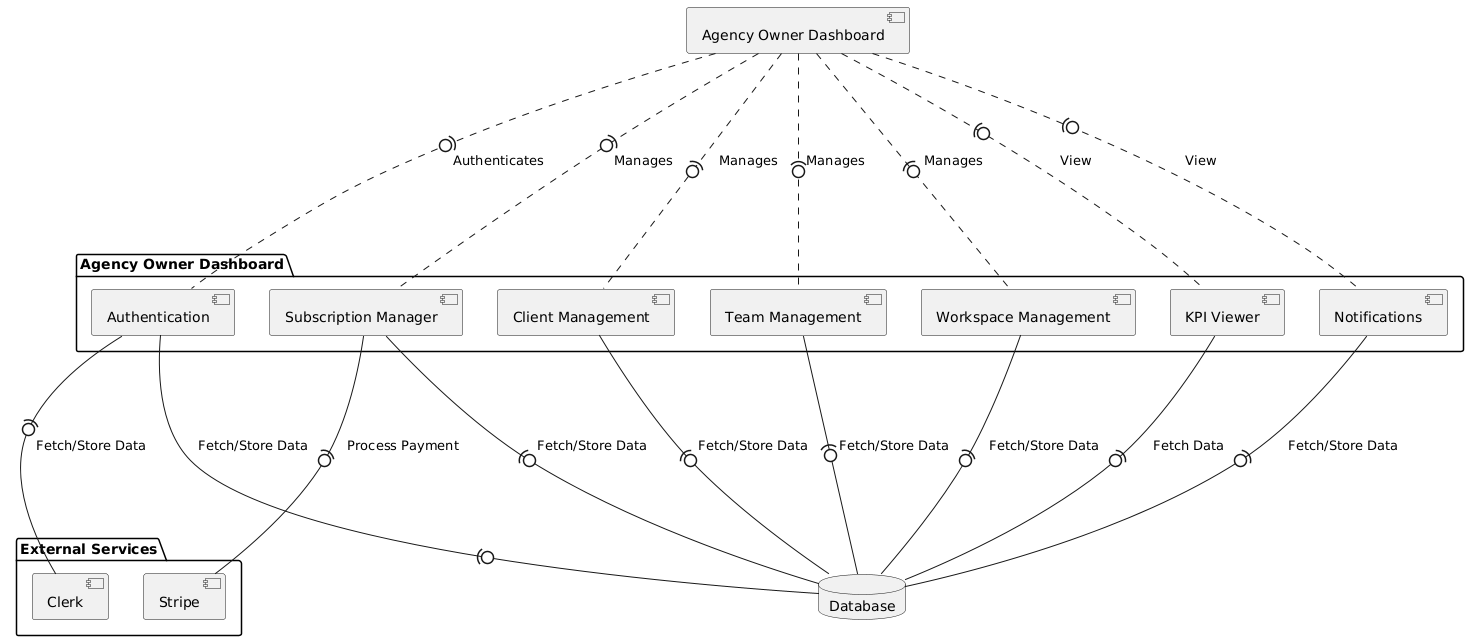
phyziyx/luminae keeps this PlantUML diagram as documentation/component-diagram/agency-owner.png. Above is the earlier version. Its source is kept beside it as documentation/component-diagram/agency-owner.puml. Source of this version:
```plantuml
@startuml
component "Agency Owner Dashboard" as AgencyOwner

package "Agency Owner Dashboard" {
    component "Authentication" as Authentication
    component "KPI Viewer" as KPIs
    component "Notifications" as Notifications
    component "Subscription Manager" as SubscriptionManager
    component "Client Management" as ClientManagement
    component "Team Management" as TeamManagement
    component "Workspace Management" as WorkspaceManagement
}

database "Database" as DB

package "External Services" {
  component "Clerk" as Clerk
  component "Stripe" as Stripe
}

AgencyOwner ..(0-- Authentication: Authenticates
AgencyOwner ..(0-- KPIs : View
AgencyOwner ..(0-- Notifications : View
AgencyOwner ..(0-- SubscriptionManager : Manages
AgencyOwner ..(0-- ClientManagement : Manages
AgencyOwner ..(0-- TeamManagement : Manages
AgencyOwner ..(0-- WorkspaceManagement : Manages

Authentication --(0-- DB: Fetch/Store Data
Authentication --(0-- Clerk: Fetch/Store Data
KPIs --(0-- DB : Fetch Data
Notifications --(0-- DB : Fetch/Store Data
SubscriptionManager --(0-- Stripe : Process Payment
SubscriptionManager --(0-- DB : Fetch/Store Data
ClientManagement --(0-- DB : Fetch/Store Data
TeamManagement --(0-- DB : Fetch/Store Data
WorkspaceManagement --(0-- DB : Fetch/Store Data

@enduml
```
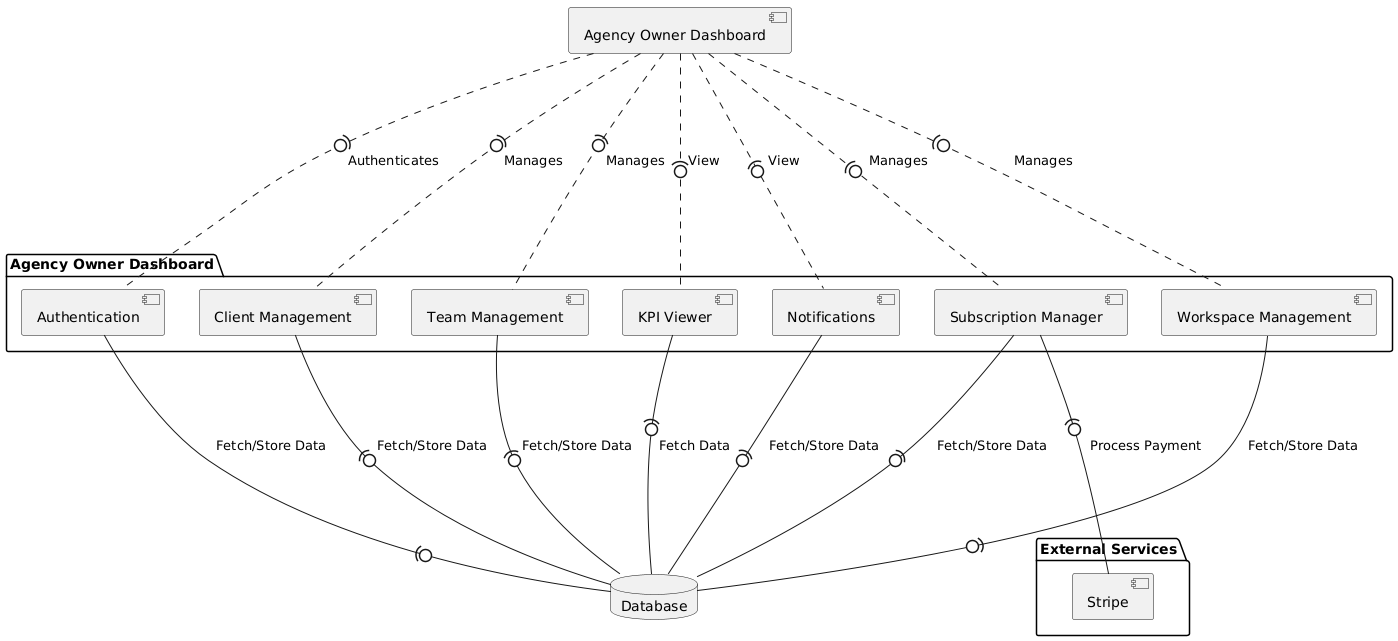
After the change.

What changed in the source:
```diff
@@ -1,4 +1,4 @@
-@startuml
+@startuml agency-owner
 component "Agency Owner Dashboard" as AgencyOwner
 
 package "Agency Owner Dashboard" {
@@ -14,7 +14,6 @@
 database "Database" as DB
 
 package "External Services" {
-  component "Clerk" as Clerk
   component "Stripe" as Stripe
 }
 
@@ -27,7 +26,6 @@
 AgencyOwner ..(0-- WorkspaceManagement : Manages
 
 Authentication --(0-- DB: Fetch/Store Data
-Authentication --(0-- Clerk: Fetch/Store Data
 KPIs --(0-- DB : Fetch Data
 Notifications --(0-- DB : Fetch/Store Data
 SubscriptionManager --(0-- Stripe : Process Payment
```
